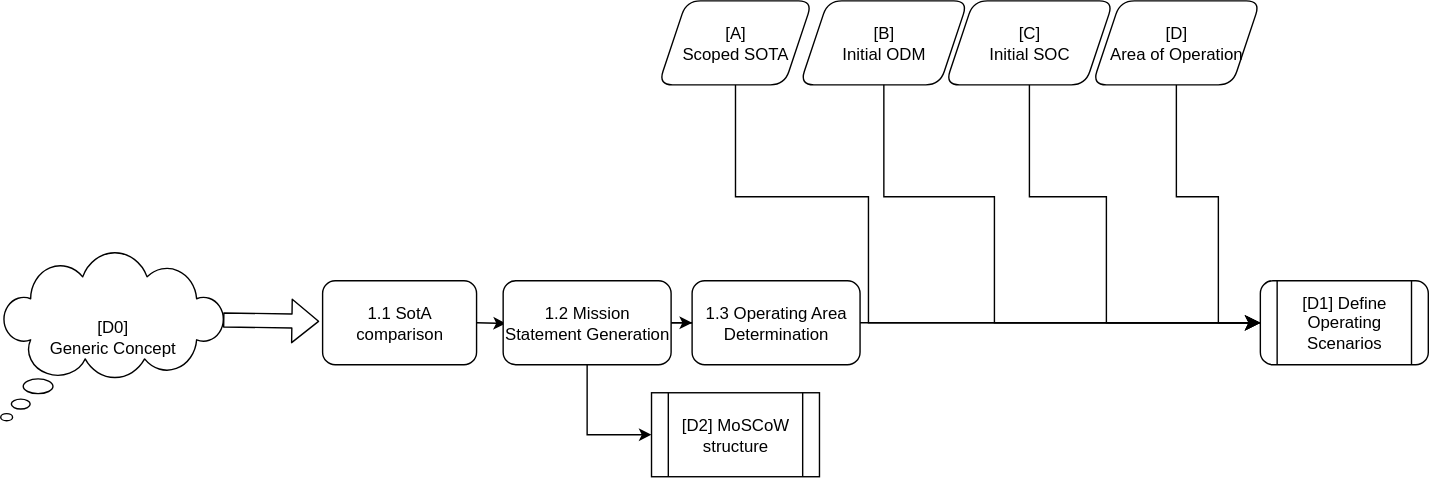
Earlier version of the draw.io export diagrams/step-1.svg (TortoiseFather/sacred-site). Source tidied: cells renumbered, new cells last; positions are measured from the earlier drawing's top-left corner, leaving out a move shared by most shapes. Its diagram source:
```xml
<mxGraphModel background="#ffffff">
  <root>
    <mxCell id="0" />
    <mxCell id="1" parent="0" />
    <mxCell id="2" value="[D0]&lt;div&gt;Generic Concept&lt;/div&gt;" style="whiteSpace=wrap;html=1;shape=mxgraph.basic.cloud_callout;rounded=1;fontColor=#000000;fillColor=#FFFFFF;strokeColor=#000000;" parent="1" vertex="1">
      <mxGeometry y="180" width="160" height="120" as="geometry" />
    </mxCell>
    <mxCell id="3" style="shape=flexArrow;endArrow=classic;html=1;rounded=1;exitX=0.993;exitY=0.4;exitDx=0;exitDy=0;exitPerimeter=0;entryX=-0.022;entryY=0.483;entryDx=0;entryDy=0;entryPerimeter=0;strokeColor=#000000;" parent="1" edge="1" source="2" target="11">
      <mxGeometry relative="1" as="geometry" />
    </mxCell>
    <mxCell id="4" style="edgeStyle=orthogonalEdgeStyle;rounded=1;jettySize=auto;html=1;strokeColor=#000000;" parent="1" edge="1" target="8">
      <mxGeometry relative="1" as="geometry">
        <mxPoint x="340" y="230" as="sourcePoint" />
      </mxGeometry>
    </mxCell>
    <mxCell id="5" style="edgeStyle=orthogonalEdgeStyle;rounded=1;jettySize=auto;html=1;strokeColor=#000000;" parent="1" edge="1" source="8">
      <mxGeometry relative="1" as="geometry">
        <mxPoint x="560" y="230" as="targetPoint" />
      </mxGeometry>
    </mxCell>
    <mxCell id="6" style="edgeStyle=orthogonalEdgeStyle;rounded=0;jettySize=auto;html=1;entryX=0;entryY=0.5;entryDx=0;entryDy=0;strokeColor=#000000;" parent="1" edge="1" source="8" target="13">
      <mxGeometry relative="1" as="geometry" />
    </mxCell>
    <mxCell id="7" style="edgeStyle=orthogonalEdgeStyle;rounded=0;jettySize=auto;html=1;entryX=0;entryY=0.5;entryDx=0;entryDy=0;strokeColor=#000000;" parent="1" edge="1" source="8" target="21">
      <mxGeometry relative="1" as="geometry" />
    </mxCell>
    <mxCell id="8" value="1.2 Mission Statement Generation" style="whiteSpace=wrap;html=1;rounded=1;strokeColor=#000000;fontColor=#000000;fillColor=#FFFFFF;" parent="1" vertex="1">
      <mxGeometry x="359" y="200" width="120" height="60" as="geometry" />
    </mxCell>
    <mxCell id="9" style="edgeStyle=none;curved=0;rounded=0;jettySize=auto;html=1;entryX=0;entryY=0.5;entryDx=0;entryDy=0;fontSize=12;startSize=8;endSize=8;strokeColor=#000000;" parent="1" edge="1" source="10">
      <mxGeometry relative="1" as="geometry">
        <mxPoint x="960" y="230" as="targetPoint" />
        <Array as="points">
          <mxPoint x="525" y="140" />
          <mxPoint x="620" y="140" />
          <mxPoint x="620" y="230" />
        </Array>
      </mxGeometry>
    </mxCell>
    <mxCell id="10" value="&lt;div&gt;&lt;span style=&quot;color: rgb(0, 0, 0);&quot;&gt;[A]&lt;/span&gt;&lt;/div&gt;&lt;div&gt;&lt;span style=&quot;color: rgb(0, 0, 0);&quot;&gt;Scoped SOTA&lt;/span&gt;&lt;/div&gt;" style="shape=parallelogram;perimeter=parallelogramPerimeter;whiteSpace=wrap;html=1;fixedSize=1;rounded=1;strokeColor=#000000;fontColor=#000000;fillColor=#FFFFFF;" parent="1" vertex="1">
      <mxGeometry x="470" width="110" height="60" as="geometry" />
    </mxCell>
    <mxCell id="11" value="1.1 SotA comparison" style="rounded=1;whiteSpace=wrap;html=1;strokeColor=#000000;fontColor=#000000;fillColor=#FFFFFF;" parent="1" vertex="1">
      <mxGeometry x="230" y="200" width="110" height="60" as="geometry" />
    </mxCell>
    <mxCell id="12" style="edgeStyle=none;curved=1;rounded=1;jettySize=auto;html=1;entryX=0;entryY=0.5;entryDx=0;entryDy=0;fontSize=12;startSize=8;endSize=8;strokeColor=#000000;" parent="1" edge="1" source="13" target="16">
      <mxGeometry relative="1" as="geometry" />
    </mxCell>
    <mxCell id="13" value="1.3 Operating Area Determination" style="rounded=1;whiteSpace=wrap;html=1;strokeColor=#000000;fontColor=#000000;fillColor=#FFFFFF;" parent="1" vertex="1">
      <mxGeometry x="494" y="200" width="120" height="60" as="geometry" />
    </mxCell>
    <mxCell id="14" style="edgeStyle=none;curved=0;rounded=0;jettySize=auto;html=1;entryX=0;entryY=0.5;entryDx=0;entryDy=0;fontSize=12;startSize=8;endSize=8;strokeColor=#000000;" parent="1" edge="1" source="15">
      <mxGeometry relative="1" as="geometry">
        <mxPoint x="930" y="230" as="targetPoint" />
        <Array as="points">
          <mxPoint x="840" y="140" />
          <mxPoint x="870" y="140" />
          <mxPoint x="870" y="230" />
        </Array>
      </mxGeometry>
    </mxCell>
    <mxCell id="15" value="[D]&lt;div&gt;&lt;span style=&quot;color: rgb(0, 0, 0);&quot;&gt;Area of Operation&lt;/span&gt;&lt;/div&gt;" style="shape=parallelogram;perimeter=parallelogramPerimeter;whiteSpace=wrap;html=1;fixedSize=1;rounded=1;strokeColor=#000000;fontColor=#000000;fillColor=#FFFFFF;" parent="1" vertex="1">
      <mxGeometry x="780" width="120" height="60" as="geometry" />
    </mxCell>
    <mxCell id="16" value="[D1] Define Operating Scenarios" style="shape=process;whiteSpace=wrap;html=1;backgroundOutline=1;rounded=1;strokeColor=#000000;fontColor=#000000;fillColor=#FFFFFF;" parent="1" vertex="1">
      <mxGeometry x="900" y="200" width="120" height="60" as="geometry" />
    </mxCell>
    <mxCell id="17" value="&lt;div&gt;&lt;span style=&quot;color: rgb(0, 0, 0);&quot;&gt;[B]&lt;/span&gt;&lt;/div&gt;&lt;div&gt;&lt;span style=&quot;color: rgb(0, 0, 0);&quot;&gt;Initial ODM&lt;/span&gt;&lt;/div&gt;" style="shape=parallelogram;perimeter=parallelogramPerimeter;whiteSpace=wrap;html=1;fixedSize=1;rounded=1;strokeColor=#000000;fontColor=#000000;fillColor=#FFFFFF;" parent="1" vertex="1">
      <mxGeometry x="571" width="120" height="60" as="geometry" />
    </mxCell>
    <mxCell id="18" style="edgeStyle=none;curved=0;rounded=0;jettySize=auto;html=1;exitX=0.5;exitY=1;exitDx=0;exitDy=0;entryX=0;entryY=0.5;entryDx=0;entryDy=0;fontSize=12;startSize=8;endSize=8;strokeColor=#000000;" parent="1" edge="1" source="19" target="16">
      <mxGeometry relative="1" as="geometry">
        <Array as="points">
          <mxPoint x="735" y="140" />
          <mxPoint x="790" y="140" />
          <mxPoint x="790" y="230" />
        </Array>
      </mxGeometry>
    </mxCell>
    <mxCell id="19" value="&lt;span style=&quot;color: rgb(0, 0, 0);&quot;&gt;[C]&lt;/span&gt;&lt;div&gt;&lt;span style=&quot;color: rgb(0, 0, 0);&quot;&gt;Initial SOC&lt;/span&gt;&lt;/div&gt;" style="shape=parallelogram;perimeter=parallelogramPerimeter;whiteSpace=wrap;html=1;fixedSize=1;rounded=1;strokeColor=#000000;fontColor=#000000;fillColor=#FFFFFF;" parent="1" vertex="1">
      <mxGeometry x="675" width="120" height="60" as="geometry" />
    </mxCell>
    <mxCell id="20" style="endArrow=classic;html=1;rounded=0;fontSize=12;startSize=8;endSize=8;curved=0;exitX=0.5;exitY=1;exitDx=0;exitDy=0;entryX=0;entryY=0.5;entryDx=0;entryDy=0;strokeColor=#000000;" parent="1" edge="1" source="17" target="16">
      <mxGeometry relative="1" as="geometry">
        <Array as="points">
          <mxPoint x="631" y="140" />
          <mxPoint x="710" y="140" />
          <mxPoint x="710" y="230" />
        </Array>
      </mxGeometry>
    </mxCell>
    <mxCell id="21" value="&lt;div&gt;&lt;span style=&quot;color: rgb(0, 0, 0);&quot;&gt;[D2] MoSCoW structure&lt;/span&gt;&lt;/div&gt;" style="shape=process;whiteSpace=wrap;html=1;backgroundOutline=1;fillColor=#FFFFFF;strokeColor=#000000;" parent="1" vertex="1">
      <mxGeometry x="465" y="280" width="120" height="60" as="geometry" />
    </mxCell>
  </root>
</mxGraphModel>
```
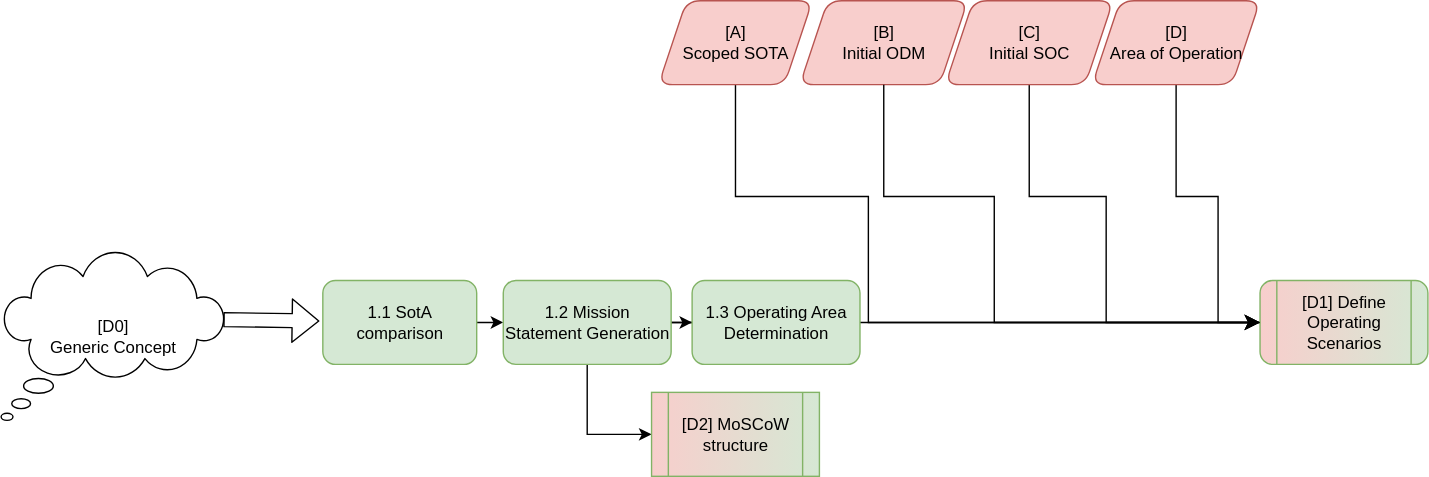
The same file after the commit.

The edit, as a diff of the source:
```diff
@@ -24,7 +24,7 @@
     <mxCell id="7" style="edgeStyle=orthogonalEdgeStyle;rounded=0;jettySize=auto;html=1;entryX=0;entryY=0.5;entryDx=0;entryDy=0;strokeColor=#000000;" parent="1" edge="1" source="8" target="21">
       <mxGeometry relative="1" as="geometry" />
     </mxCell>
-    <mxCell id="8" value="1.2 Mission Statement Generation" style="whiteSpace=wrap;html=1;rounded=1;strokeColor=#000000;fontColor=#000000;fillColor=#FFFFFF;" parent="1" vertex="1">
+    <mxCell id="8" value="1.2 Mission Statement Generation" style="whiteSpace=wrap;html=1;rounded=1;strokeColor=#82b366;fillColor=#d5e8d4;" parent="1" vertex="1">
       <mxGeometry x="359" y="200" width="120" height="60" as="geometry" />
     </mxCell>
     <mxCell id="9" style="edgeStyle=none;curved=0;rounded=0;jettySize=auto;html=1;entryX=0;entryY=0.5;entryDx=0;entryDy=0;fontSize=12;startSize=8;endSize=8;strokeColor=#000000;" parent="1" edge="1" source="10">
@@ -37,16 +37,16 @@
         </Array>
       </mxGeometry>
     </mxCell>
-    <mxCell id="10" value="&lt;div&gt;&lt;span style=&quot;color: rgb(0, 0, 0);&quot;&gt;[A]&lt;/span&gt;&lt;/div&gt;&lt;div&gt;&lt;span style=&quot;color: rgb(0, 0, 0);&quot;&gt;Scoped SOTA&lt;/span&gt;&lt;/div&gt;" style="shape=parallelogram;perimeter=parallelogramPerimeter;whiteSpace=wrap;html=1;fixedSize=1;rounded=1;strokeColor=#000000;fontColor=#000000;fillColor=#FFFFFF;" parent="1" vertex="1">
+    <mxCell id="10" value="&lt;div&gt;&lt;span style=&quot;color: rgb(0, 0, 0);&quot;&gt;[A]&lt;/span&gt;&lt;/div&gt;&lt;div&gt;&lt;span style=&quot;color: rgb(0, 0, 0);&quot;&gt;Scoped SOTA&lt;/span&gt;&lt;/div&gt;" style="shape=parallelogram;perimeter=parallelogramPerimeter;whiteSpace=wrap;html=1;fixedSize=1;rounded=1;strokeColor=#b85450;fillColor=#f8cecc;" parent="1" vertex="1">
       <mxGeometry x="470" width="110" height="60" as="geometry" />
     </mxCell>
-    <mxCell id="11" value="1.1 SotA comparison" style="rounded=1;whiteSpace=wrap;html=1;strokeColor=#000000;fontColor=#000000;fillColor=#FFFFFF;" parent="1" vertex="1">
+    <mxCell id="11" value="1.1 SotA comparison" style="rounded=1;whiteSpace=wrap;html=1;strokeColor=#82b366;fillColor=#d5e8d4;" parent="1" vertex="1">
       <mxGeometry x="230" y="200" width="110" height="60" as="geometry" />
     </mxCell>
     <mxCell id="12" style="edgeStyle=none;curved=1;rounded=1;jettySize=auto;html=1;entryX=0;entryY=0.5;entryDx=0;entryDy=0;fontSize=12;startSize=8;endSize=8;strokeColor=#000000;" parent="1" edge="1" source="13" target="16">
       <mxGeometry relative="1" as="geometry" />
     </mxCell>
-    <mxCell id="13" value="1.3 Operating Area Determination" style="rounded=1;whiteSpace=wrap;html=1;strokeColor=#000000;fontColor=#000000;fillColor=#FFFFFF;" parent="1" vertex="1">
+    <mxCell id="13" value="1.3 Operating Area Determination" style="rounded=1;whiteSpace=wrap;html=1;strokeColor=#82b366;fillColor=#d5e8d4;" parent="1" vertex="1">
       <mxGeometry x="494" y="200" width="120" height="60" as="geometry" />
     </mxCell>
     <mxCell id="14" style="edgeStyle=none;curved=0;rounded=0;jettySize=auto;html=1;entryX=0;entryY=0.5;entryDx=0;entryDy=0;fontSize=12;startSize=8;endSize=8;strokeColor=#000000;" parent="1" edge="1" source="15">
@@ -59,13 +59,13 @@
         </Array>
       </mxGeometry>
     </mxCell>
-    <mxCell id="15" value="[D]&lt;div&gt;&lt;span style=&quot;color: rgb(0, 0, 0);&quot;&gt;Area of Operation&lt;/span&gt;&lt;/div&gt;" style="shape=parallelogram;perimeter=parallelogramPerimeter;whiteSpace=wrap;html=1;fixedSize=1;rounded=1;strokeColor=#000000;fontColor=#000000;fillColor=#FFFFFF;" parent="1" vertex="1">
+    <mxCell id="15" value="[D]&lt;div&gt;&lt;span style=&quot;color: rgb(0, 0, 0);&quot;&gt;Area of Operation&lt;/span&gt;&lt;/div&gt;" style="shape=parallelogram;perimeter=parallelogramPerimeter;whiteSpace=wrap;html=1;fixedSize=1;rounded=1;strokeColor=#b85450;fillColor=#f8cecc;" parent="1" vertex="1">
       <mxGeometry x="780" width="120" height="60" as="geometry" />
     </mxCell>
-    <mxCell id="16" value="[D1] Define Operating Scenarios" style="shape=process;whiteSpace=wrap;html=1;backgroundOutline=1;rounded=1;strokeColor=#000000;fontColor=#000000;fillColor=#FFFFFF;" parent="1" vertex="1">
+    <mxCell id="16" value="[D1] Define Operating Scenarios" style="shape=process;whiteSpace=wrap;html=1;backgroundOutline=1;rounded=1;strokeColor=#82b366;fillColor=#d5e8d4;gradientDirection=west;gradientColor=#F8CECC;" parent="1" vertex="1">
       <mxGeometry x="900" y="200" width="120" height="60" as="geometry" />
     </mxCell>
-    <mxCell id="17" value="&lt;div&gt;&lt;span style=&quot;color: rgb(0, 0, 0);&quot;&gt;[B]&lt;/span&gt;&lt;/div&gt;&lt;div&gt;&lt;span style=&quot;color: rgb(0, 0, 0);&quot;&gt;Initial ODM&lt;/span&gt;&lt;/div&gt;" style="shape=parallelogram;perimeter=parallelogramPerimeter;whiteSpace=wrap;html=1;fixedSize=1;rounded=1;strokeColor=#000000;fontColor=#000000;fillColor=#FFFFFF;" parent="1" vertex="1">
+    <mxCell id="17" value="&lt;div&gt;&lt;span style=&quot;color: rgb(0, 0, 0);&quot;&gt;[B]&lt;/span&gt;&lt;/div&gt;&lt;div&gt;&lt;span style=&quot;color: rgb(0, 0, 0);&quot;&gt;Initial ODM&lt;/span&gt;&lt;/div&gt;" style="shape=parallelogram;perimeter=parallelogramPerimeter;whiteSpace=wrap;html=1;fixedSize=1;rounded=1;strokeColor=#b85450;fillColor=#f8cecc;" parent="1" vertex="1">
       <mxGeometry x="571" width="120" height="60" as="geometry" />
     </mxCell>
     <mxCell id="18" style="edgeStyle=none;curved=0;rounded=0;jettySize=auto;html=1;exitX=0.5;exitY=1;exitDx=0;exitDy=0;entryX=0;entryY=0.5;entryDx=0;entryDy=0;fontSize=12;startSize=8;endSize=8;strokeColor=#000000;" parent="1" edge="1" source="19" target="16">
@@ -77,7 +77,7 @@
         </Array>
       </mxGeometry>
     </mxCell>
-    <mxCell id="19" value="&lt;span style=&quot;color: rgb(0, 0, 0);&quot;&gt;[C]&lt;/span&gt;&lt;div&gt;&lt;span style=&quot;color: rgb(0, 0, 0);&quot;&gt;Initial SOC&lt;/span&gt;&lt;/div&gt;" style="shape=parallelogram;perimeter=parallelogramPerimeter;whiteSpace=wrap;html=1;fixedSize=1;rounded=1;strokeColor=#000000;fontColor=#000000;fillColor=#FFFFFF;" parent="1" vertex="1">
+    <mxCell id="19" value="&lt;span style=&quot;color: rgb(0, 0, 0);&quot;&gt;[C]&lt;/span&gt;&lt;div&gt;&lt;span style=&quot;color: rgb(0, 0, 0);&quot;&gt;Initial SOC&lt;/span&gt;&lt;/div&gt;" style="shape=parallelogram;perimeter=parallelogramPerimeter;whiteSpace=wrap;html=1;fixedSize=1;rounded=1;strokeColor=#b85450;fillColor=#f8cecc;" parent="1" vertex="1">
       <mxGeometry x="675" width="120" height="60" as="geometry" />
     </mxCell>
     <mxCell id="20" style="endArrow=classic;html=1;rounded=0;fontSize=12;startSize=8;endSize=8;curved=0;exitX=0.5;exitY=1;exitDx=0;exitDy=0;entryX=0;entryY=0.5;entryDx=0;entryDy=0;strokeColor=#000000;" parent="1" edge="1" source="17" target="16">
@@ -89,7 +89,7 @@
         </Array>
       </mxGeometry>
     </mxCell>
-    <mxCell id="21" value="&lt;div&gt;&lt;span style=&quot;color: rgb(0, 0, 0);&quot;&gt;[D2] MoSCoW structure&lt;/span&gt;&lt;/div&gt;" style="shape=process;whiteSpace=wrap;html=1;backgroundOutline=1;fillColor=#FFFFFF;strokeColor=#000000;" parent="1" vertex="1">
+    <mxCell id="21" value="&lt;div&gt;&lt;span style=&quot;color: rgb(0, 0, 0);&quot;&gt;[D2] MoSCoW structure&lt;/span&gt;&lt;/div&gt;" style="shape=process;whiteSpace=wrap;html=1;backgroundOutline=1;fillColor=#d5e8d4;strokeColor=#82b366;gradientColor=#F8CECC;gradientDirection=west;" parent="1" vertex="1">
       <mxGeometry x="465" y="280" width="120" height="60" as="geometry" />
     </mxCell>
   </root>
```
